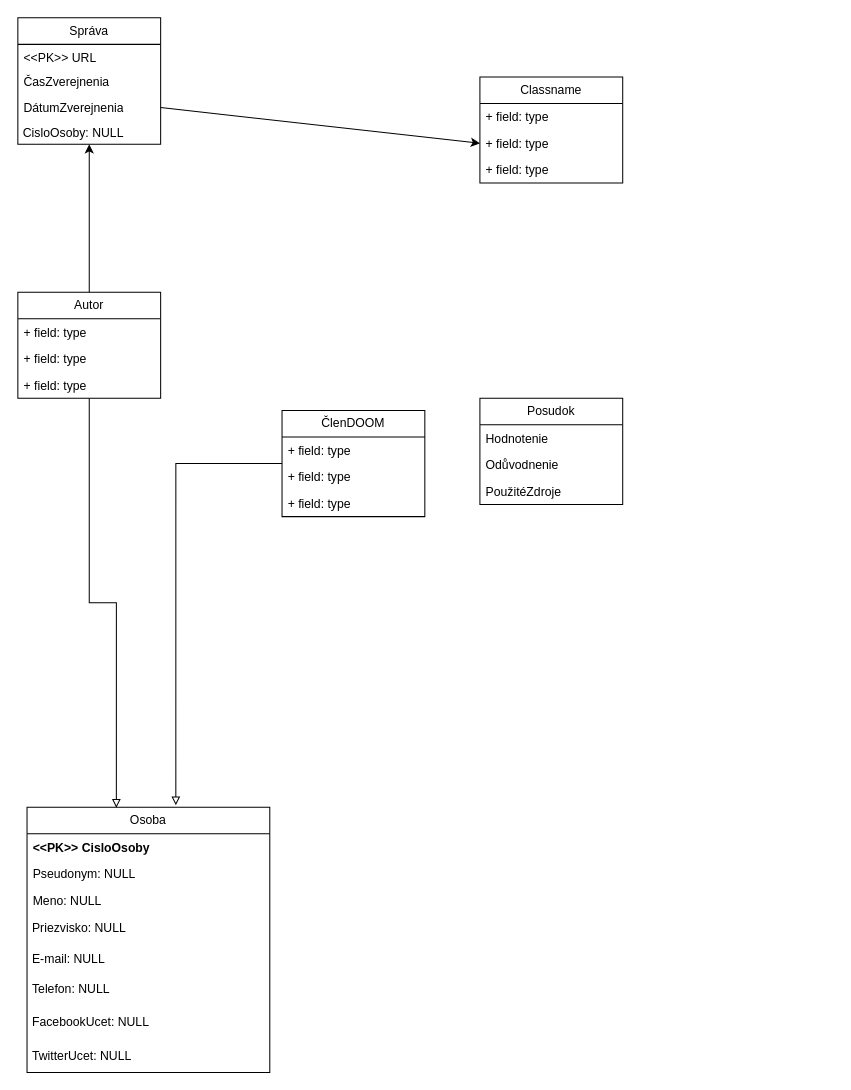
Before: ius_project_1.drawio in stofife/IUS, a draw.io diagram. Source tidied: cells renumbered, new cells numbered last; positions are measured from the earlier drawing's top-left corner, leaving out a move shared by most shapes. Both pictures are drawn from the tidied source at 102%, with x=0, y=0 at pixel (17, 17).
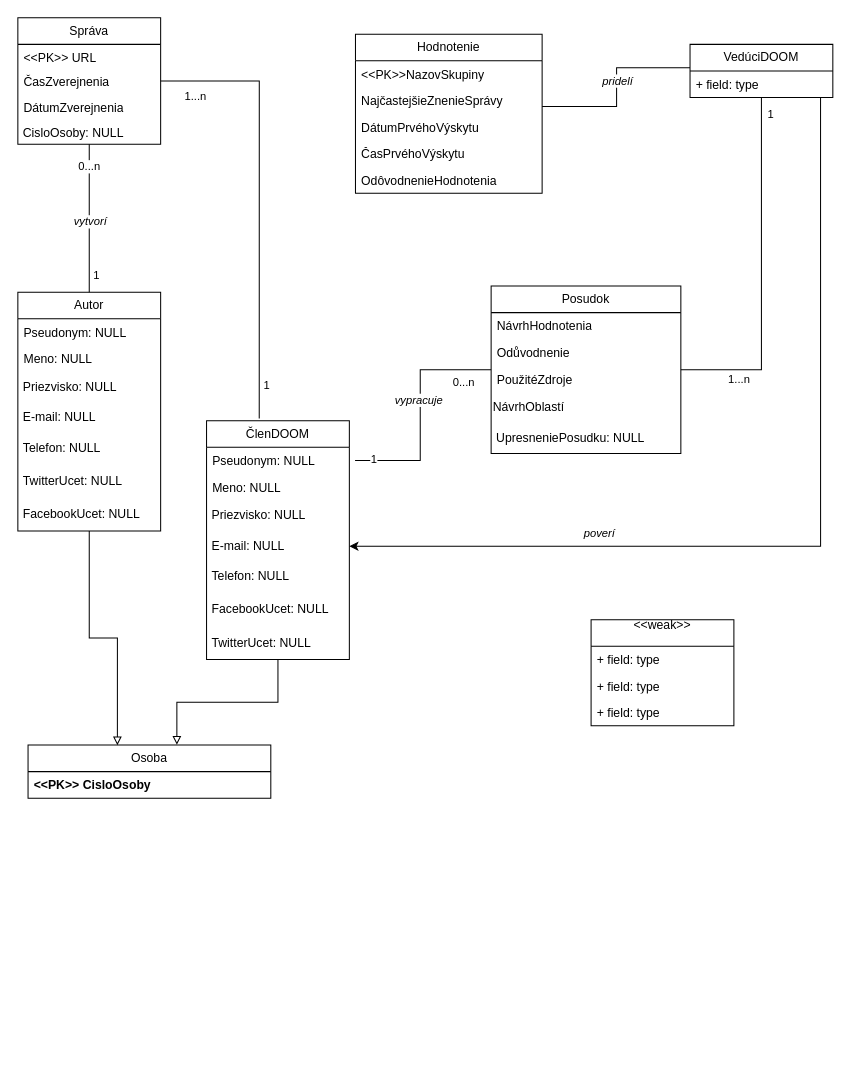
The same diagram, later.

The change refers to these unchanged cells:
```xml
<mxCell id="2" value="Správa" style="swimlane;fontStyle=0;horizontal=1;startSize=26;fillColor=none;whiteSpace=wrap;html=1;" parent="1" vertex="1">
  <mxGeometry width="140" height="124" as="geometry" />
</mxCell>
<mxCell id="5" value="DátumZverejnenia" style="text;strokeColor=none;fillColor=none;align=left;verticalAlign=top;spacingLeft=4;spacingRight=4;overflow=hidden;points=[[0,0.5],[1,0.5]];portConstraint=eastwest;whiteSpace=wrap;html=1;" parent="2" vertex="1">
  <mxGeometry y="75" width="140" height="26" as="geometry" />
</mxCell>
<mxCell id="6" value="&lt;div&gt;&amp;nbsp;CisloOsoby: NULL&lt;/div&gt;" style="text;strokeColor=none;align=left;fillColor=none;html=1;verticalAlign=middle;whiteSpace=wrap;rounded=0;" parent="2" vertex="1">
  <mxGeometry y="101" width="140" height="23" as="geometry" />
</mxCell>
```

Change to the diagram source:
```diff
@@
-    <mxCell id="7" style="edgeStyle=none;jettySize=auto;html=1;rounded=0;exitX=1;exitY=0.5;exitDx=0;exitDy=0;entryX=0;entryY=0.5;entryDx=0;entryDy=0;" parent="1" edge="1" source="5" target="10">
-      <mxGeometry relative="1" as="geometry" />
-    </mxCell>
-    <mxCell id="8" value="Classname" style="swimlane;fontStyle=0;horizontal=1;startSize=26;fillColor=none;whiteSpace=wrap;html=1;" parent="1" vertex="1">
-      <mxGeometry x="453" y="58" width="140" height="104" as="geometry" />
-    </mxCell>
-    <mxCell id="9" value="+ field: type" style="text;strokeColor=none;fillColor=none;align=left;verticalAlign=top;spacingLeft=4;spacingRight=4;overflow=hidden;whiteSpace=wrap;html=1;" parent="8" vertex="1">
-      <mxGeometry y="26" width="140" height="26" as="geometry" />
-    </mxCell>
-    <mxCell id="10" value="+ field: type" style="text;strokeColor=none;fillColor=none;align=left;verticalAlign=top;spacingLeft=4;spacingRight=4;overflow=hidden;points=[[0,0.5],[1,0.5]];portConstraint=eastwest;whiteSpace=wrap;html=1;" parent="8" vertex="1">
-      <mxGeometry y="52" width="140" height="26" as="geometry" />
-    </mxCell>
-    <mxCell id="11" value="+ field: type" style="text;strokeColor=none;fillColor=none;align=left;verticalAlign=top;spacingLeft=4;spacingRight=4;overflow=hidden;whiteSpace=wrap;html=1;" parent="8" vertex="1">
-      <mxGeometry y="78" width="140" height="26" as="geometry" />
-    </mxCell>
     <mxCell id="12" value="&lt;div&gt;Osoba&lt;/div&gt;" style="swimlane;fontStyle=0;horizontal=1;startSize=26;fillColor=none;whiteSpace=wrap;html=1;" parent="1" vertex="1">
-      <mxGeometry x="9" y="774" width="238" height="260" as="geometry" />
+      <mxGeometry x="10" y="713" width="238" height="52" as="geometry" />
     </mxCell>
@@
+    <mxCell id="21" style="edgeStyle=orthogonalEdgeStyle;rounded=0;jettySize=auto;html=1;entryX=0.613;entryY=-0.008;entryDx=0;entryDy=0;endArrow=block;endFill=0;entryPerimeter=0;" parent="1" edge="1" source="22" target="12">
+      <mxGeometry relative="1" as="geometry" />
+    </mxCell>
+    <mxCell id="36" style="edgeStyle=orthogonalEdgeStyle;rounded=0;jettySize=auto;html=1;exitX=1.04;exitY=0.5;exitDx=0;exitDy=0;exitPerimeter=0;endArrow=none;endFill=0;" parent="1" edge="1" source="40" target="32">
+      <mxGeometry relative="1" as="geometry" />
+    </mxCell>
+    <mxCell id="37" value="&lt;i&gt;vypracuje&lt;/i&gt;" style="edgeLabel;html=1;align=center;verticalAlign=middle;" parent="36" vertex="1">
+      <mxGeometry x="0.32" y="1" relative="1" as="geometry">
+        <mxPoint x="-1" y="24" as="offset" />
+      </mxGeometry>
+    </mxCell>
+    <mxCell id="38" value="1" style="edgeLabel;html=1;align=center;verticalAlign=middle;" parent="36" vertex="1">
+      <mxGeometry x="-0.84" y="2" relative="1" as="geometry" />
+    </mxCell>
+    <mxCell id="39" value="0...n" style="edgeLabel;html=1;align=center;verticalAlign=middle;" parent="36" vertex="1">
+      <mxGeometry x="0.79" y="-2" relative="1" as="geometry">
+        <mxPoint x="-4" y="9" as="offset" />
+      </mxGeometry>
+    </mxCell>
+    <mxCell id="22" value="ČlenDOOM" style="swimlane;fontStyle=0;horizontal=1;startSize=26;fillColor=none;whiteSpace=wrap;html=1;" parent="1" vertex="1">
+      <mxGeometry x="185" y="395" width="140" height="234" as="geometry" />
+    </mxCell>
+    <mxCell id="40" value="Pseudonym: NULL" style="text;strokeColor=none;fillColor=none;align=left;verticalAlign=top;spacingLeft=4;spacingRight=4;overflow=hidden;points=[[0,0.5],[1,0.5]];portConstraint=eastwest;whiteSpace=wrap;html=1;" parent="22" vertex="1">
+      <mxGeometry y="26" width="140" height="26" as="geometry" />
+    </mxCell>
+    <mxCell id="41" value="Meno: NULL" style="text;strokeColor=none;fillColor=none;align=left;verticalAlign=top;spacingLeft=4;spacingRight=4;overflow=hidden;whiteSpace=wrap;html=1;" parent="22" vertex="1">
+      <mxGeometry y="52" width="140" height="26" as="geometry" />
+    </mxCell>
+    <mxCell id="42" value="&lt;div&gt;&amp;nbsp;Priezvisko: NULL&lt;/div&gt;" style="text;strokeColor=none;align=left;fillColor=none;html=1;verticalAlign=middle;whiteSpace=wrap;rounded=0;" parent="22" vertex="1">
+      <mxGeometry y="78" width="140" height="30" as="geometry" />
+    </mxCell>
+    <mxCell id="43" value="&amp;nbsp;E-mail: NULL" style="text;strokeColor=none;align=left;fillColor=none;html=1;verticalAlign=middle;whiteSpace=wrap;rounded=0;" parent="22" vertex="1">
+      <mxGeometry y="108" width="140" height="30" as="geometry" />
+    </mxCell>
+    <mxCell id="44" value="&amp;nbsp;Telefon: NULL" style="text;strokeColor=none;align=left;fillColor=none;html=1;verticalAlign=middle;whiteSpace=wrap;rounded=0;" parent="22" vertex="1">
+      <mxGeometry y="138" width="140" height="30" as="geometry" />
+    </mxCell>
+    <mxCell id="45" value="&amp;nbsp;FacebookUcet: NULL" style="text;strokeColor=none;align=left;fillColor=none;html=1;verticalAlign=middle;whiteSpace=wrap;rounded=0;" parent="22" vertex="1">
+      <mxGeometry y="168" width="140" height="33" as="geometry" />
+    </mxCell>
+    <mxCell id="46" value="&amp;nbsp;TwitterUcet: NULL" style="text;strokeColor=none;align=left;fillColor=none;html=1;verticalAlign=middle;whiteSpace=wrap;rounded=0;" parent="22" vertex="1">
+      <mxGeometry y="201" width="140" height="33" as="geometry" />
+    </mxCell>
+    <mxCell id="26" style="edgeStyle=orthogonalEdgeStyle;rounded=0;jettySize=auto;html=1;endArrow=none;endFill=0;" parent="1" edge="1" source="27" target="6">
+      <mxGeometry relative="1" as="geometry" />
+    </mxCell>
+    <mxCell id="47" value="&lt;i&gt;vytvorí&lt;/i&gt;" style="edgeLabel;html=1;align=center;verticalAlign=middle;" parent="26" vertex="1">
+      <mxGeometry x="-0.03" relative="1" as="geometry" />
+    </mxCell>
+    <mxCell id="48" value="1" style="edgeLabel;html=1;align=center;verticalAlign=middle;" parent="26" vertex="1">
+      <mxGeometry x="-0.77" relative="1" as="geometry">
+        <mxPoint x="6" as="offset" />
+      </mxGeometry>
+    </mxCell>
+    <mxCell id="49" value="0...n" style="edgeLabel;html=1;align=center;verticalAlign=middle;" parent="26" vertex="1">
+      <mxGeometry x="0.83" y="1" relative="1" as="geometry">
+        <mxPoint y="9" as="offset" />
+      </mxGeometry>
+    </mxCell>
+    <mxCell id="27" value="Autor" style="swimlane;fontStyle=0;horizontal=1;startSize=26;fillColor=none;whiteSpace=wrap;html=1;" parent="1" vertex="1">
+      <mxGeometry y="269" width="140" height="234" as="geometry" />
+    </mxCell>
-    <mxCell id="14" value="Pseudonym: NULL" style="text;strokeColor=none;fillColor=none;align=left;verticalAlign=top;spacingLeft=4;spacingRight=4;overflow=hidden;whiteSpace=wrap;html=1;" parent="12" vertex="1">
-      <mxGeometry y="52" width="238" height="26" as="geometry" />
+    <mxCell id="14" value="Pseudonym: NULL" style="text;strokeColor=none;fillColor=none;align=left;verticalAlign=top;spacingLeft=4;spacingRight=4;overflow=hidden;whiteSpace=wrap;html=1;" parent="27" vertex="1">
+      <mxGeometry y="26" width="140" height="26" as="geometry" />
     </mxCell>
-    <mxCell id="15" value="Meno: NULL" style="text;strokeColor=none;fillColor=none;align=left;verticalAlign=top;spacingLeft=4;spacingRight=4;overflow=hidden;whiteSpace=wrap;html=1;" parent="12" vertex="1">
-      <mxGeometry y="78" width="238" height="26" as="geometry" />
+    <mxCell id="15" value="Meno: NULL" style="text;strokeColor=none;fillColor=none;align=left;verticalAlign=top;spacingLeft=4;spacingRight=4;overflow=hidden;whiteSpace=wrap;html=1;" parent="27" vertex="1">
+      <mxGeometry y="52" width="140" height="26" as="geometry" />
     </mxCell>
-    <mxCell id="16" value="&lt;div&gt;&amp;nbsp;Priezvisko: NULL&lt;/div&gt;" style="text;strokeColor=none;align=left;fillColor=none;html=1;verticalAlign=middle;whiteSpace=wrap;rounded=0;" parent="12" vertex="1">
-      <mxGeometry y="104" width="238" height="30" as="geometry" />
+    <mxCell id="16" value="&lt;div&gt;&amp;nbsp;Priezvisko: NULL&lt;/div&gt;" style="text;strokeColor=none;align=left;fillColor=none;html=1;verticalAlign=middle;whiteSpace=wrap;rounded=0;" parent="27" vertex="1">
+      <mxGeometry y="78" width="140" height="30" as="geometry" />
     </mxCell>
-    <mxCell id="17" value="&amp;nbsp;E-mail: NULL" style="text;strokeColor=none;align=left;fillColor=none;html=1;verticalAlign=middle;whiteSpace=wrap;rounded=0;" parent="12" vertex="1">
-      <mxGeometry y="134" width="238" height="30" as="geometry" />
+    <mxCell id="17" value="&amp;nbsp;E-mail: NULL" style="text;strokeColor=none;align=left;fillColor=none;html=1;verticalAlign=middle;whiteSpace=wrap;rounded=0;" parent="27" vertex="1">
+      <mxGeometry y="108" width="140" height="30" as="geometry" />
     </mxCell>
-    <mxCell id="18" value="&amp;nbsp;Telefon: NULL" style="text;strokeColor=none;align=left;fillColor=none;html=1;verticalAlign=middle;whiteSpace=wrap;rounded=0;" parent="12" vertex="1">
-      <mxGeometry y="164" width="238" height="30" as="geometry" />
+    <mxCell id="18" value="&amp;nbsp;Telefon: NULL" style="text;strokeColor=none;align=left;fillColor=none;html=1;verticalAlign=middle;whiteSpace=wrap;rounded=0;" parent="27" vertex="1">
+      <mxGeometry y="138" width="140" height="30" as="geometry" />
     </mxCell>
+    <mxCell id="20" value="&amp;nbsp;TwitterUcet: NULL" style="text;strokeColor=none;align=left;fillColor=none;html=1;verticalAlign=middle;whiteSpace=wrap;rounded=0;" parent="27" vertex="1">
+      <mxGeometry y="168" width="140" height="33" as="geometry" />
+    </mxCell>
-    <mxCell id="19" value="&amp;nbsp;FacebookUcet: NULL" style="text;strokeColor=none;align=left;fillColor=none;html=1;verticalAlign=middle;whiteSpace=wrap;rounded=0;" parent="12" vertex="1">
-      <mxGeometry y="194" width="238" height="33" as="geometry" />
+    <mxCell id="19" value="&amp;nbsp;FacebookUcet: NULL" style="text;strokeColor=none;align=left;fillColor=none;html=1;verticalAlign=middle;whiteSpace=wrap;rounded=0;" parent="27" vertex="1">
+      <mxGeometry y="201" width="140" height="33" as="geometry" />
     </mxCell>
-    <mxCell id="20" value="&amp;nbsp;TwitterUcet: NULL" style="text;strokeColor=none;align=left;fillColor=none;html=1;verticalAlign=middle;whiteSpace=wrap;rounded=0;" parent="12" vertex="1">
-      <mxGeometry y="227" width="238" height="33" as="geometry" />
-    </mxCell>
-    <mxCell id="21" style="edgeStyle=orthogonalEdgeStyle;rounded=0;jettySize=auto;html=1;entryX=0.613;entryY=-0.008;entryDx=0;entryDy=0;endArrow=block;endFill=0;entryPerimeter=0;" parent="1" edge="1" source="22" target="12">
-      <mxGeometry relative="1" as="geometry" />
-    </mxCell>
-    <mxCell id="22" value="ČlenDOOM" style="swimlane;fontStyle=0;horizontal=1;startSize=26;fillColor=none;whiteSpace=wrap;html=1;" parent="1" vertex="1">
-      <mxGeometry x="259" y="385" width="140" height="104" as="geometry" />
-    </mxCell>
-    <mxCell id="23" value="+ field: type" style="text;strokeColor=none;fillColor=none;align=left;verticalAlign=top;spacingLeft=4;spacingRight=4;overflow=hidden;whiteSpace=wrap;html=1;" parent="22" vertex="1">
-      <mxGeometry y="26" width="140" height="26" as="geometry" />
-    </mxCell>
-    <mxCell id="24" value="+ field: type" style="text;strokeColor=none;fillColor=none;align=left;verticalAlign=top;spacingLeft=4;spacingRight=4;overflow=hidden;whiteSpace=wrap;html=1;" parent="22" vertex="1">
-      <mxGeometry y="52" width="140" height="26" as="geometry" />
-    </mxCell>
-    <mxCell id="25" value="+ field: type" style="text;strokeColor=none;fillColor=none;align=left;verticalAlign=top;spacingLeft=4;spacingRight=4;overflow=hidden;whiteSpace=wrap;html=1;" parent="22" vertex="1">
-      <mxGeometry y="78" width="140" height="26" as="geometry" />
-    </mxCell>
-    <mxCell id="26" style="edgeStyle=orthogonalEdgeStyle;rounded=0;jettySize=auto;html=1;" parent="1" edge="1" source="27" target="6">
-      <mxGeometry relative="1" as="geometry" />
-    </mxCell>
-    <mxCell id="27" value="Autor" style="swimlane;fontStyle=0;horizontal=1;startSize=26;fillColor=none;whiteSpace=wrap;html=1;" parent="1" vertex="1">
-      <mxGeometry y="269" width="140" height="104" as="geometry" />
-    </mxCell>
-    <mxCell id="28" value="+ field: type" style="text;strokeColor=none;fillColor=none;align=left;verticalAlign=top;spacingLeft=4;spacingRight=4;overflow=hidden;whiteSpace=wrap;html=1;" parent="27" vertex="1">
-      <mxGeometry y="26" width="140" height="26" as="geometry" />
-    </mxCell>
-    <mxCell id="29" value="+ field: type" style="text;strokeColor=none;fillColor=none;align=left;verticalAlign=top;spacingLeft=4;spacingRight=4;overflow=hidden;whiteSpace=wrap;html=1;" parent="27" vertex="1">
-      <mxGeometry y="52" width="140" height="26" as="geometry" />
-    </mxCell>
-    <mxCell id="30" value="+ field: type" style="text;strokeColor=none;fillColor=none;align=left;verticalAlign=top;spacingLeft=4;spacingRight=4;overflow=hidden;whiteSpace=wrap;html=1;" parent="27" vertex="1">
-      <mxGeometry y="78" width="140" height="26" as="geometry" />
-    </mxCell>
@@
+    <mxCell id="50" style="edgeStyle=orthogonalEdgeStyle;rounded=0;jettySize=auto;html=1;endArrow=none;endFill=0;" parent="1" edge="1" source="32" target="59">
+      <mxGeometry relative="1" as="geometry" />
+    </mxCell>
+    <mxCell id="51" value="1...n" style="edgeLabel;html=1;align=center;verticalAlign=middle;" parent="50" vertex="1">
+      <mxGeometry x="-0.76" relative="1" as="geometry">
+        <mxPoint x="14" y="8" as="offset" />
+      </mxGeometry>
+    </mxCell>
+    <mxCell id="52" value="1" style="edgeLabel;html=1;align=center;verticalAlign=middle;" parent="50" vertex="1">
+      <mxGeometry x="0.91" relative="1" as="geometry">
+        <mxPoint x="8" as="offset" />
+      </mxGeometry>
+    </mxCell>
     <mxCell id="32" value="&lt;div&gt;Posudok&lt;br&gt;&lt;/div&gt;" style="swimlane;fontStyle=0;horizontal=1;startSize=26;fillColor=none;whiteSpace=wrap;html=1;" parent="1" vertex="1">
-      <mxGeometry x="453" y="373" width="140" height="104" as="geometry" />
+      <mxGeometry x="464" y="263" width="186" height="164" as="geometry" />
     </mxCell>
-    <mxCell id="33" value="Hodnotenie" style="text;strokeColor=none;fillColor=none;align=left;verticalAlign=top;spacingLeft=4;spacingRight=4;overflow=hidden;whiteSpace=wrap;html=1;" parent="32" vertex="1">
-      <mxGeometry y="26" width="140" height="26" as="geometry" />
+    <mxCell id="33" value="NávrhHodnotenia" style="text;strokeColor=none;fillColor=none;align=left;verticalAlign=top;spacingLeft=4;spacingRight=4;overflow=hidden;whiteSpace=wrap;html=1;" parent="32" vertex="1">
+      <mxGeometry y="26" width="186" height="26" as="geometry" />
     </mxCell>
     <mxCell id="34" value="Odůvodnenie" style="text;strokeColor=none;fillColor=none;align=left;verticalAlign=top;spacingLeft=4;spacingRight=4;overflow=hidden;whiteSpace=wrap;html=1;" parent="32" vertex="1">
-      <mxGeometry y="52" width="140" height="26" as="geometry" />
+      <mxGeometry y="52" width="186" height="26" as="geometry" />
     </mxCell>
     <mxCell id="35" value="PoužitéZdroje" style="text;strokeColor=none;fillColor=none;align=left;verticalAlign=top;spacingLeft=4;spacingRight=4;overflow=hidden;whiteSpace=wrap;html=1;" parent="32" vertex="1">
-      <mxGeometry y="78" width="140" height="26" as="geometry" />
+      <mxGeometry y="78" width="186" height="26" as="geometry" />
     </mxCell>
+    <mxCell id="53" value="NávrhOblastí" style="text;strokeColor=none;align=left;fillColor=none;html=1;verticalAlign=middle;whiteSpace=wrap;rounded=0;" parent="32" vertex="1">
+      <mxGeometry y="104" width="186" height="30" as="geometry" />
+    </mxCell>
+    <mxCell id="54" value="&lt;div align=&quot;left&quot;&gt;&amp;nbsp;UpresneniePosudku: NULL&lt;/div&gt;" style="text;strokeColor=none;align=left;fillColor=none;html=1;verticalAlign=middle;whiteSpace=wrap;rounded=0;" parent="32" vertex="1">
+      <mxGeometry y="134" width="186" height="30" as="geometry" />
+    </mxCell>
+    <mxCell id="55" style="edgeStyle=orthogonalEdgeStyle;rounded=0;jettySize=auto;html=1;endArrow=none;endFill=0;" parent="1" edge="1" source="59" target="64">
+      <mxGeometry relative="1" as="geometry">
+        <Array as="points">
+          <mxPoint x="711" y="49" />
+          <mxPoint x="587" y="49" />
+          <mxPoint x="587" y="87" />
+          <mxPoint x="331" y="87" />
+          <mxPoint x="331" y="170" />
+        </Array>
+      </mxGeometry>
+    </mxCell>
+    <mxCell id="56" value="&lt;i&gt;pridelí&lt;/i&gt;" style="edgeLabel;html=1;align=center;verticalAlign=middle;" parent="55" vertex="1">
+      <mxGeometry x="0.07" relative="1" as="geometry">
+        <mxPoint y="-14" as="offset" />
+      </mxGeometry>
+    </mxCell>
+    <mxCell id="57" style="edgeStyle=orthogonalEdgeStyle;rounded=0;jettySize=auto;html=1;entryX=1;entryY=0.5;entryDx=0;entryDy=0;exitX=0.914;exitY=1.019;exitDx=0;exitDy=0;exitPerimeter=0;" parent="1" edge="1" source="60" target="43">
+      <mxGeometry relative="1" as="geometry" />
+    </mxCell>
+    <mxCell id="58" value="&lt;i&gt;poverí&lt;/i&gt;" style="edgeLabel;html=1;align=center;verticalAlign=middle;" parent="57" vertex="1">
+      <mxGeometry x="0.46" y="-2" relative="1" as="geometry">
+        <mxPoint x="1" y="-12" as="offset" />
+      </mxGeometry>
+    </mxCell>
+    <mxCell id="59" value="VedúciDOOM" style="swimlane;fontStyle=0;horizontal=1;startSize=26;fillColor=none;whiteSpace=wrap;html=1;" parent="1" vertex="1">
+      <mxGeometry x="659" y="26" width="140" height="52" as="geometry" />
+    </mxCell>
+    <mxCell id="60" value="+ field: type" style="text;strokeColor=none;fillColor=none;align=left;verticalAlign=top;spacingLeft=4;spacingRight=4;overflow=hidden;points=[[0,0.5],[1,0.5]];portConstraint=eastwest;whiteSpace=wrap;html=1;" parent="59" vertex="1">
+      <mxGeometry y="26" width="140" height="26" as="geometry" />
+    </mxCell>
+    <mxCell id="61" style="edgeStyle=orthogonalEdgeStyle;rounded=0;jettySize=auto;html=1;entryX=0.369;entryY=-0.009;entryDx=0;entryDy=0;entryPerimeter=0;endArrow=none;endFill=0;" parent="1" edge="1" source="2" target="22">
+      <mxGeometry relative="1" as="geometry" />
+    </mxCell>
+    <mxCell id="62" value="1...n" style="edgeLabel;html=1;align=center;verticalAlign=middle;" parent="61" vertex="1">
+      <mxGeometry x="-0.86" y="-1" relative="1" as="geometry">
+        <mxPoint x="3" y="13" as="offset" />
+      </mxGeometry>
+    </mxCell>
+    <mxCell id="63" value="1" style="edgeLabel;html=1;align=center;verticalAlign=middle;" parent="61" vertex="1">
+      <mxGeometry x="0.85" relative="1" as="geometry">
+        <mxPoint x="7" y="-2" as="offset" />
+      </mxGeometry>
+    </mxCell>
+    <mxCell id="64" value="Hodnotenie" style="swimlane;fontStyle=0;horizontal=1;startSize=26;fillColor=none;whiteSpace=wrap;html=1;" parent="1" vertex="1">
+      <mxGeometry x="331" y="16" width="183" height="156" as="geometry" />
+    </mxCell>
+    <mxCell id="65" value="&amp;lt;&amp;lt;PK&amp;gt;&amp;gt;NazovSkupiny" style="text;strokeColor=none;fillColor=none;align=left;verticalAlign=top;spacingLeft=4;spacingRight=4;overflow=hidden;whiteSpace=wrap;html=1;" parent="64" vertex="1">
+      <mxGeometry y="26" width="183" height="26" as="geometry" />
+    </mxCell>
+    <mxCell id="66" value="NajčastejšieZnenieSprávy" style="text;strokeColor=none;fillColor=none;align=left;verticalAlign=top;spacingLeft=4;spacingRight=4;overflow=hidden;whiteSpace=wrap;html=1;" parent="64" vertex="1">
+      <mxGeometry y="52" width="183" height="26" as="geometry" />
+    </mxCell>
+    <mxCell id="67" value="DátumPrvéhoVýskytu" style="text;strokeColor=none;fillColor=none;align=left;verticalAlign=top;spacingLeft=4;spacingRight=4;overflow=hidden;whiteSpace=wrap;html=1;" parent="64" vertex="1">
+      <mxGeometry y="78" width="183" height="26" as="geometry" />
+    </mxCell>
+    <mxCell id="68" value="ČasPrvéhoVýskytu" style="text;strokeColor=none;fillColor=none;align=left;verticalAlign=top;spacingLeft=4;spacingRight=4;overflow=hidden;whiteSpace=wrap;html=1;" parent="64" vertex="1">
+      <mxGeometry y="104" width="183" height="26" as="geometry" />
+    </mxCell>
+    <mxCell id="69" value="OdôvodnenieHodnotenia" style="text;strokeColor=none;fillColor=none;align=left;verticalAlign=top;spacingLeft=4;spacingRight=4;overflow=hidden;whiteSpace=wrap;html=1;" parent="64" vertex="1">
+      <mxGeometry y="130" width="183" height="26" as="geometry" />
+    </mxCell>
+    <mxCell id="70" value="&lt;div&gt;&amp;lt;&amp;lt;weak&amp;gt;&amp;gt;&lt;/div&gt;&lt;div&gt;&lt;br&gt;&lt;/div&gt;" style="swimlane;fontStyle=0;horizontal=1;startSize=26;fillColor=none;whiteSpace=wrap;html=1;" parent="1" vertex="1">
+      <mxGeometry x="562" y="590" width="140" height="104" as="geometry" />
+    </mxCell>
+    <mxCell id="71" value="+ field: type" style="text;strokeColor=none;fillColor=none;align=left;verticalAlign=top;spacingLeft=4;spacingRight=4;overflow=hidden;whiteSpace=wrap;html=1;" parent="70" vertex="1">
+      <mxGeometry y="26" width="140" height="26" as="geometry" />
+    </mxCell>
+    <mxCell id="72" value="+ field: type" style="text;strokeColor=none;fillColor=none;align=left;verticalAlign=top;spacingLeft=4;spacingRight=4;overflow=hidden;whiteSpace=wrap;html=1;" parent="70" vertex="1">
+      <mxGeometry y="52" width="140" height="26" as="geometry" />
+    </mxCell>
+    <mxCell id="73" value="+ field: type" style="text;strokeColor=none;fillColor=none;align=left;verticalAlign=top;spacingLeft=4;spacingRight=4;overflow=hidden;whiteSpace=wrap;html=1;" parent="70" vertex="1">
+      <mxGeometry y="78" width="140" height="26" as="geometry" />
+    </mxCell>
```
